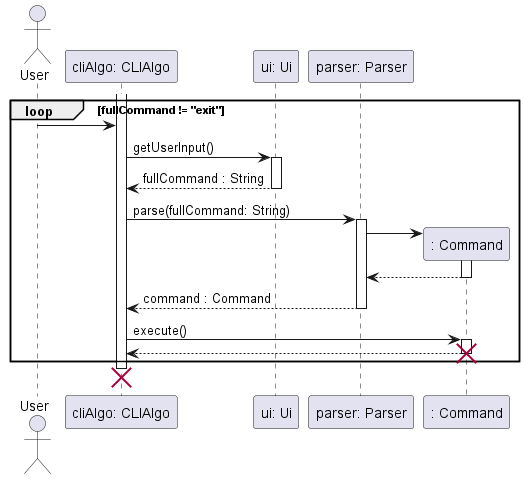
Above: docs/sequence-diagrams/diagrams/Architecture.png in ong-ck/tp (PlantUML), before the change. Its diagram source:
```plantuml
@startuml
actor User
participant "cliAlgo: CLIAlgo" as CLIAlgo
participant "ui: Ui" as Ui
participant "parser: Parser" as Parser
participant ": Command" as Command

activate CLIAlgo
    loop fullCommand != "exit"
    User -> CLIAlgo
    CLIAlgo -> Ui : getUserInput()
    activate Ui
    return fullCommand : String

    CLIAlgo -> Parser : parse(fullCommand: String)
    activate Parser
        Parser -> Command **
        activate Command
        return
    return command : Command

    CLIAlgo -> Command : execute()
    activate Command
    return
    destroy Command
    end
destroy CLIAlgo
@enduml
```
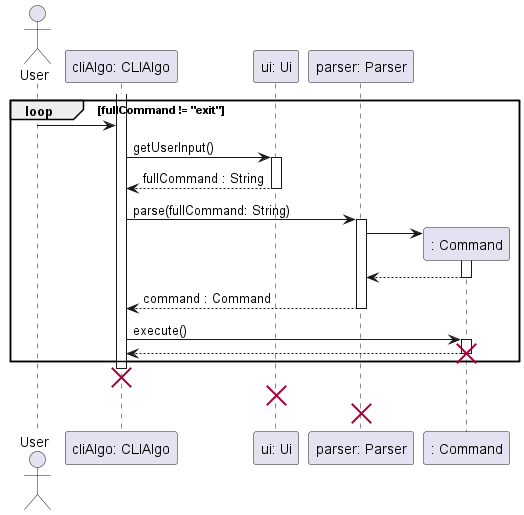
Later version of the same file.

Diff of the diagram source:
```diff
@@ -25,4 +25,6 @@
     destroy Command
     end
 destroy CLIAlgo
+destroy Ui
+destroy Parser
 @enduml
```
